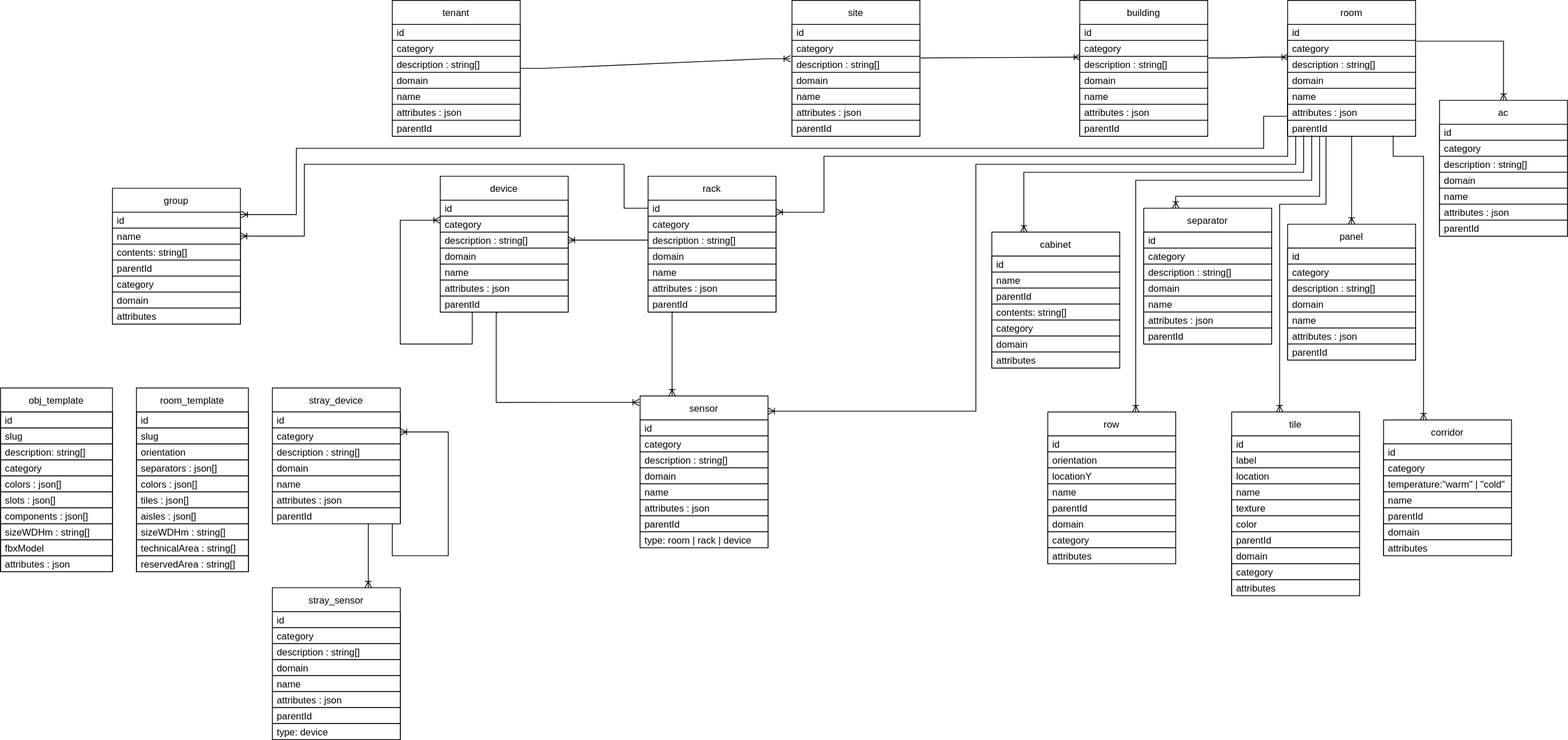
ditrit/OGrEE-Core keeps this draw.io diagram as resources/diagrams/DB_Diagram.svg. Above is the earlier version. Source tidied: cells renumbered, new cells last; positions are measured from the earlier drawing's top-left corner, leaving out a move shared by most shapes.
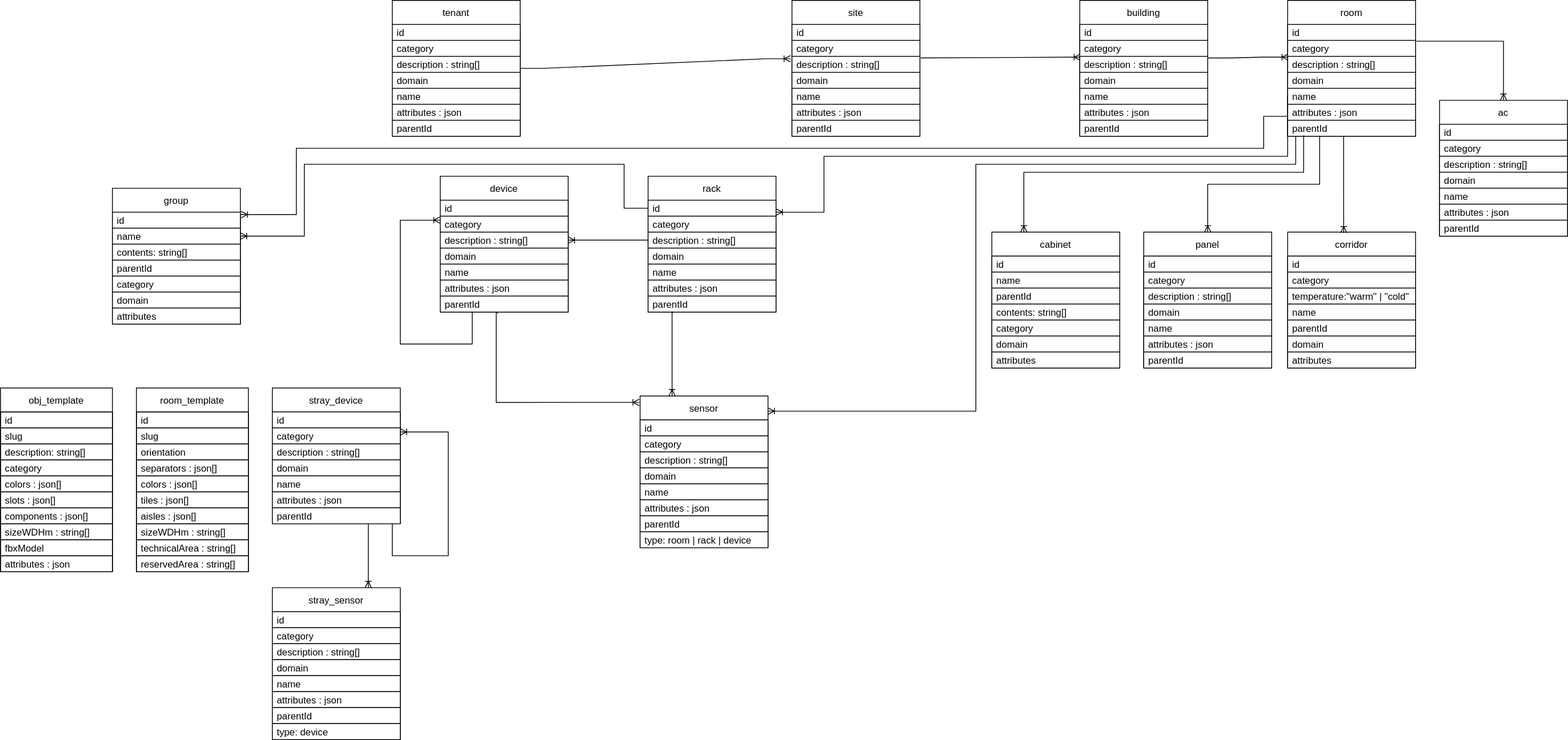
After the change.

What changed in the source:
```diff
@@ -328,35 +328,8 @@
     <mxCell id="100" value="parentId" style="text;strokeColor=default;fillColor=default;align=left;verticalAlign=middle;spacingLeft=4;spacingRight=4;overflow=hidden;fontColor=default;" parent="92" vertex="1">
       <mxGeometry y="150" width="160" height="20" as="geometry" />
     </mxCell>
-    <mxCell id="101" value="separator" style="swimlane;fontStyle=0;horizontal=1;startSize=30;fillColor=default;strokeColor=default;fontColor=default;" parent="1" vertex="1">
-      <mxGeometry x="1430" y="260" width="160" height="170" as="geometry" />
-    </mxCell>
-    <mxCell id="102" value="id" style="text;strokeColor=default;fillColor=default;align=left;verticalAlign=middle;spacingLeft=4;spacingRight=4;overflow=hidden;fontColor=default;" parent="101" vertex="1">
-      <mxGeometry y="30" width="160" height="20" as="geometry" />
-    </mxCell>
-    <mxCell id="103" value="category" style="text;strokeColor=default;fillColor=default;align=left;verticalAlign=middle;spacingLeft=4;spacingRight=4;overflow=hidden;fontColor=default;" parent="101" vertex="1">
-      <mxGeometry y="50" width="160" height="20" as="geometry" />
-    </mxCell>
-    <mxCell id="104" value="description : string[]" style="text;strokeColor=default;fillColor=default;align=left;verticalAlign=middle;spacingLeft=4;spacingRight=4;overflow=hidden;fontColor=default;" parent="101" vertex="1">
-      <mxGeometry y="70" width="160" height="20" as="geometry" />
-    </mxCell>
-    <mxCell id="105" value="domain" style="text;strokeColor=default;fillColor=default;align=left;verticalAlign=middle;spacingLeft=4;spacingRight=4;overflow=hidden;fontColor=default;" parent="101" vertex="1">
-      <mxGeometry y="90" width="160" height="20" as="geometry" />
-    </mxCell>
-    <mxCell id="106" value="name" style="text;strokeColor=default;fillColor=default;align=left;verticalAlign=middle;spacingLeft=4;spacingRight=4;overflow=hidden;fontColor=default;" parent="101" vertex="1">
-      <mxGeometry y="110" width="160" height="20" as="geometry" />
-    </mxCell>
-    <mxCell id="107" value="attributes : json" style="text;strokeColor=default;fillColor=default;align=left;verticalAlign=middle;spacingLeft=4;spacingRight=4;overflow=hidden;fontColor=default;" parent="101" vertex="1">
-      <mxGeometry y="130" width="160" height="20" as="geometry" />
-    </mxCell>
-    <mxCell id="108" style="text;strokeColor=default;fillColor=default;align=left;verticalAlign=middle;spacingLeft=4;spacingRight=4;overflow=hidden;fontColor=default;" parent="101" vertex="1">
-      <mxGeometry y="150" width="160" as="geometry" />
-    </mxCell>
-    <mxCell id="109" value="parentId" style="text;strokeColor=default;fillColor=default;align=left;verticalAlign=middle;spacingLeft=4;spacingRight=4;overflow=hidden;fontColor=default;" parent="101" vertex="1">
-      <mxGeometry y="150" width="160" height="20" as="geometry" />
-    </mxCell>
     <mxCell id="110" value="corridor" style="swimlane;fontStyle=0;horizontal=1;startSize=30;fillColor=default;strokeColor=default;fontColor=default;" parent="1" vertex="1">
-      <mxGeometry x="1730" y="525" width="160" height="170" as="geometry" />
+      <mxGeometry x="1610" y="290" width="160" height="170" as="geometry" />
     </mxCell>
     <mxCell id="111" value="id" style="text;strokeColor=default;fillColor=default;align=left;verticalAlign=middle;spacingLeft=4;spacingRight=4;overflow=hidden;fontColor=default;" parent="110" vertex="1">
       <mxGeometry y="30" width="160" height="20" as="geometry" />
@@ -415,39 +388,6 @@
     <mxCell id="129" value="attributes" style="text;strokeColor=default;fillColor=default;align=left;verticalAlign=middle;spacingLeft=4;spacingRight=4;overflow=hidden;fontColor=default;" parent="120" vertex="1">
       <mxGeometry y="150" width="160" height="20" as="geometry" />
     </mxCell>
-    <mxCell id="130" value="row" style="swimlane;fontStyle=0;horizontal=1;startSize=30;fillColor=default;strokeColor=default;fontColor=default;" parent="1" vertex="1">
-      <mxGeometry x="1310" y="515" width="160" height="190" as="geometry" />
-    </mxCell>
-    <mxCell id="131" value="id" style="text;strokeColor=default;fillColor=default;align=left;verticalAlign=middle;spacingLeft=4;spacingRight=4;overflow=hidden;fontColor=default;" parent="130" vertex="1">
-      <mxGeometry y="30" width="160" height="20" as="geometry" />
-    </mxCell>
-    <mxCell id="132" value="orientation" style="text;strokeColor=default;fillColor=default;align=left;verticalAlign=middle;spacingLeft=4;spacingRight=4;overflow=hidden;fontColor=default;" parent="130" vertex="1">
-      <mxGeometry y="50" width="160" height="20" as="geometry" />
-    </mxCell>
-    <mxCell id="133" value="locationY" style="text;strokeColor=default;fillColor=default;align=left;verticalAlign=middle;spacingLeft=4;spacingRight=4;overflow=hidden;fontColor=default;" parent="130" vertex="1">
-      <mxGeometry y="70" width="160" height="20" as="geometry" />
-    </mxCell>
-    <mxCell id="134" value="name" style="text;strokeColor=default;fillColor=default;align=left;verticalAlign=middle;spacingLeft=4;spacingRight=4;overflow=hidden;fontColor=default;" parent="130" vertex="1">
-      <mxGeometry y="90" width="160" height="20" as="geometry" />
-    </mxCell>
-    <mxCell id="135" value="parentId" style="text;strokeColor=default;fillColor=default;align=left;verticalAlign=middle;spacingLeft=4;spacingRight=4;overflow=hidden;fontColor=default;" parent="130" vertex="1">
-      <mxGeometry y="110" width="160" height="20" as="geometry" />
-    </mxCell>
-    <mxCell id="136" style="text;strokeColor=default;fillColor=default;align=left;verticalAlign=middle;spacingLeft=4;spacingRight=4;overflow=hidden;fontColor=default;" parent="130" vertex="1">
-      <mxGeometry y="130" width="160" as="geometry" />
-    </mxCell>
-    <mxCell id="137" style="text;strokeColor=default;fillColor=default;align=left;verticalAlign=middle;spacingLeft=4;spacingRight=4;overflow=hidden;fontColor=default;" parent="130" vertex="1">
-      <mxGeometry y="130" width="160" as="geometry" />
-    </mxCell>
-    <mxCell id="138" value="domain" style="text;strokeColor=default;fillColor=default;align=left;verticalAlign=middle;spacingLeft=4;spacingRight=4;overflow=hidden;fontColor=default;" parent="130" vertex="1">
-      <mxGeometry y="130" width="160" height="20" as="geometry" />
-    </mxCell>
-    <mxCell id="139" value="category" style="text;strokeColor=default;fillColor=default;align=left;verticalAlign=middle;spacingLeft=4;spacingRight=4;overflow=hidden;fontColor=default;" parent="130" vertex="1">
-      <mxGeometry y="150" width="160" height="20" as="geometry" />
-    </mxCell>
-    <mxCell id="140" value="attributes" style="text;strokeColor=default;fillColor=default;align=left;verticalAlign=middle;spacingLeft=4;spacingRight=4;overflow=hidden;fontColor=default;" parent="130" vertex="1">
-      <mxGeometry y="170" width="160" height="20" as="geometry" />
-    </mxCell>
     <mxCell id="141" value="cabinet" style="swimlane;fontStyle=0;horizontal=1;startSize=30;fillColor=default;strokeColor=default;fontColor=default;" parent="1" vertex="1">
       <mxGeometry x="1240" y="290" width="160" height="170" as="geometry" />
     </mxCell>
@@ -478,47 +418,8 @@
     <mxCell id="150" value="attributes" style="text;strokeColor=default;fillColor=default;align=left;verticalAlign=middle;spacingLeft=4;spacingRight=4;overflow=hidden;fontColor=default;" parent="141" vertex="1">
       <mxGeometry y="150" width="160" height="20" as="geometry" />
     </mxCell>
-    <mxCell id="151" value="tile" style="swimlane;fontStyle=0;horizontal=1;startSize=30;fillColor=default;strokeColor=default;fontColor=default;" parent="1" vertex="1">
-      <mxGeometry x="1540" y="515" width="160" height="230" as="geometry" />
-    </mxCell>
-    <mxCell id="152" value="id" style="text;strokeColor=default;fillColor=default;align=left;verticalAlign=middle;spacingLeft=4;spacingRight=4;overflow=hidden;fontColor=default;" parent="151" vertex="1">
-      <mxGeometry y="30" width="160" height="20" as="geometry" />
-    </mxCell>
-    <mxCell id="153" value="label" style="text;strokeColor=default;fillColor=default;align=left;verticalAlign=middle;spacingLeft=4;spacingRight=4;overflow=hidden;fontColor=default;" parent="151" vertex="1">
-      <mxGeometry y="50" width="160" height="20" as="geometry" />
-    </mxCell>
-    <mxCell id="154" value="location" style="text;strokeColor=default;fillColor=default;align=left;verticalAlign=middle;spacingLeft=4;spacingRight=4;overflow=hidden;fontColor=default;" parent="151" vertex="1">
-      <mxGeometry y="70" width="160" height="20" as="geometry" />
-    </mxCell>
-    <mxCell id="155" value="name" style="text;strokeColor=default;fillColor=default;align=left;verticalAlign=middle;spacingLeft=4;spacingRight=4;overflow=hidden;fontColor=default;" parent="151" vertex="1">
-      <mxGeometry y="90" width="160" height="20" as="geometry" />
-    </mxCell>
-    <mxCell id="156" style="text;strokeColor=default;fillColor=default;align=left;verticalAlign=middle;spacingLeft=4;spacingRight=4;overflow=hidden;fontColor=default;" parent="151" vertex="1">
-      <mxGeometry y="110" width="160" as="geometry" />
-    </mxCell>
-    <mxCell id="157" style="text;strokeColor=default;fillColor=default;align=left;verticalAlign=middle;spacingLeft=4;spacingRight=4;overflow=hidden;fontColor=default;" parent="151" vertex="1">
-      <mxGeometry y="110" width="160" as="geometry" />
-    </mxCell>
-    <mxCell id="158" value="texture" style="text;strokeColor=default;fillColor=default;align=left;verticalAlign=middle;spacingLeft=4;spacingRight=4;overflow=hidden;fontColor=default;" parent="151" vertex="1">
-      <mxGeometry y="110" width="160" height="20" as="geometry" />
-    </mxCell>
-    <mxCell id="159" value="color" style="text;strokeColor=default;fillColor=default;align=left;verticalAlign=middle;spacingLeft=4;spacingRight=4;overflow=hidden;fontColor=default;" parent="151" vertex="1">
-      <mxGeometry y="130" width="160" height="20" as="geometry" />
-    </mxCell>
-    <mxCell id="160" value="parentId" style="text;strokeColor=default;fillColor=default;align=left;verticalAlign=middle;spacingLeft=4;spacingRight=4;overflow=hidden;fontColor=default;" parent="151" vertex="1">
-      <mxGeometry y="150" width="160" height="20" as="geometry" />
-    </mxCell>
-    <mxCell id="161" value="domain" style="text;strokeColor=default;fillColor=default;align=left;verticalAlign=middle;spacingLeft=4;spacingRight=4;overflow=hidden;fontColor=default;" parent="151" vertex="1">
-      <mxGeometry y="170" width="160" height="20" as="geometry" />
-    </mxCell>
-    <mxCell id="162" value="category" style="text;strokeColor=default;fillColor=default;align=left;verticalAlign=middle;spacingLeft=4;spacingRight=4;overflow=hidden;fontColor=default;" parent="151" vertex="1">
-      <mxGeometry y="190" width="160" height="20" as="geometry" />
-    </mxCell>
-    <mxCell id="163" value="attributes" style="text;strokeColor=default;fillColor=default;align=left;verticalAlign=middle;spacingLeft=4;spacingRight=4;overflow=hidden;fontColor=default;" parent="151" vertex="1">
-      <mxGeometry y="210" width="160" height="20" as="geometry" />
-    </mxCell>
     <mxCell id="164" value="panel" style="swimlane;fontStyle=0;horizontal=1;startSize=30;fillColor=default;strokeColor=default;fontColor=default;" parent="1" vertex="1">
-      <mxGeometry x="1610" y="280" width="160" height="170" as="geometry" />
+      <mxGeometry x="1430" y="290" width="160" height="170" as="geometry" />
     </mxCell>
     <mxCell id="165" value="id" style="text;strokeColor=default;fillColor=default;align=left;verticalAlign=middle;spacingLeft=4;spacingRight=4;overflow=hidden;fontColor=default;" parent="164" vertex="1">
       <mxGeometry y="30" width="160" height="20" as="geometry" />
@@ -549,15 +450,6 @@
         </Array>
       </mxGeometry>
     </mxCell>
-    <mxCell id="173" style="endArrow=ERoneToMany;html=1;rounded=0;labelBackgroundColor=default;fontColor=default;strokeColor=default;edgeStyle=orthogonalEdgeStyle;endFill=0;exitX=0.188;exitY=0.95;exitDx=0;exitDy=0;exitPerimeter=0;" parent="1" edge="1" source="50">
-      <mxGeometry relative="1" as="geometry">
-        <mxPoint x="1420" y="515" as="targetPoint" />
-        <Array as="points">
-          <mxPoint x="1640" y="225" />
-          <mxPoint x="1420" y="225" />
-        </Array>
-      </mxGeometry>
-    </mxCell>
     <mxCell id="174" style="endArrow=ERoneToMany;html=1;rounded=0;labelBackgroundColor=default;fontColor=default;strokeColor=default;edgeStyle=orthogonalEdgeStyle;endFill=0;exitX=1.006;exitY=0.05;exitDx=0;exitDy=0;exitPerimeter=0;entryX=0.5;entryY=0;entryDx=0;entryDy=0;" parent="1" edge="1" source="42" target="92">
       <mxGeometry relative="1" as="geometry">
         <Array as="points">
@@ -565,33 +457,18 @@
         </Array>
       </mxGeometry>
     </mxCell>
-    <mxCell id="175" style="endArrow=ERoneToMany;html=1;rounded=0;labelBackgroundColor=default;fontColor=default;strokeColor=default;edgeStyle=orthogonalEdgeStyle;endFill=0;entryX=0.5;entryY=0;entryDx=0;entryDy=0;exitX=0.5;exitY=1;exitDx=0;exitDy=0;" parent="1" edge="1" source="40" target="164">
-      <mxGeometry relative="1" as="geometry" />
+    <mxCell id="175" style="endArrow=ERoneToMany;html=1;rounded=0;labelBackgroundColor=default;fontColor=default;strokeColor=default;edgeStyle=orthogonalEdgeStyle;endFill=0;entryX=0.5;entryY=0;entryDx=0;entryDy=0;exitX=0.263;exitY=1;exitDx=0;exitDy=0;exitPerimeter=0;" parent="1" edge="1" source="50" target="164">
+      <mxGeometry relative="1" as="geometry">
+        <Array as="points">
+          <mxPoint x="1650" y="170" />
+          <mxPoint x="1650" y="230" />
+          <mxPoint x="1510" y="230" />
+        </Array>
+      </mxGeometry>
     </mxCell>
-    <mxCell id="176" style="endArrow=ERoneToMany;html=1;rounded=0;labelBackgroundColor=default;fontColor=default;strokeColor=default;edgeStyle=orthogonalEdgeStyle;endFill=0;exitX=0.25;exitY=1;exitDx=0;exitDy=0;entryX=0.25;entryY=0;entryDx=0;entryDy=0;" parent="1" edge="1" source="40" target="101">
-      <mxGeometry relative="1" as="geometry">
-        <Array as="points">
-          <mxPoint x="1650" y="245" />
-          <mxPoint x="1470" y="245" />
-        </Array>
-      </mxGeometry>
-    </mxCell>
-    <mxCell id="177" style="endArrow=ERoneToMany;html=1;rounded=0;labelBackgroundColor=default;fontColor=default;strokeColor=default;edgeStyle=orthogonalEdgeStyle;endFill=0;exitX=0.3;exitY=1.05;exitDx=0;exitDy=0;exitPerimeter=0;" parent="1" edge="1" source="50">
-      <mxGeometry relative="1" as="geometry">
-        <mxPoint x="1600" y="515" as="targetPoint" />
-        <Array as="points">
-          <mxPoint x="1658" y="255" />
-          <mxPoint x="1600" y="255" />
-        </Array>
-      </mxGeometry>
-    </mxCell>
-    <mxCell id="178" style="endArrow=ERoneToMany;html=1;rounded=0;labelBackgroundColor=default;fontColor=default;strokeColor=default;edgeStyle=orthogonalEdgeStyle;endFill=0;exitX=0.825;exitY=0.95;exitDx=0;exitDy=0;exitPerimeter=0;" parent="1" edge="1" source="50">
+    <mxCell id="178" style="endArrow=ERoneToMany;html=1;rounded=0;labelBackgroundColor=default;fontColor=default;strokeColor=default;edgeStyle=orthogonalEdgeStyle;endFill=0;entryX=0.438;entryY=0.006;entryDx=0;entryDy=0;entryPerimeter=0;" parent="1" edge="1" target="110">
       <mxGeometry relative="1" as="geometry">
-        <mxPoint x="1780" y="525" as="targetPoint" />
-        <Array as="points">
-          <mxPoint x="1742" y="195" />
-          <mxPoint x="1780" y="195" />
-        </Array>
+        <mxPoint x="1680" y="170" as="sourcePoint" />
       </mxGeometry>
     </mxCell>
     <mxCell id="179" style="edgeStyle=orthogonalEdgeStyle;rounded=0;jettySize=auto;html=1;labelBackgroundColor=default;fontColor=default;endArrow=ERoneToMany;endFill=0;strokeColor=default;entryX=-0.006;entryY=0.042;entryDx=0;entryDy=0;entryPerimeter=0;exitX=0.45;exitY=1.05;exitDx=0;exitDy=0;exitPerimeter=0;" parent="1" edge="1" source="67" target="81">
```
